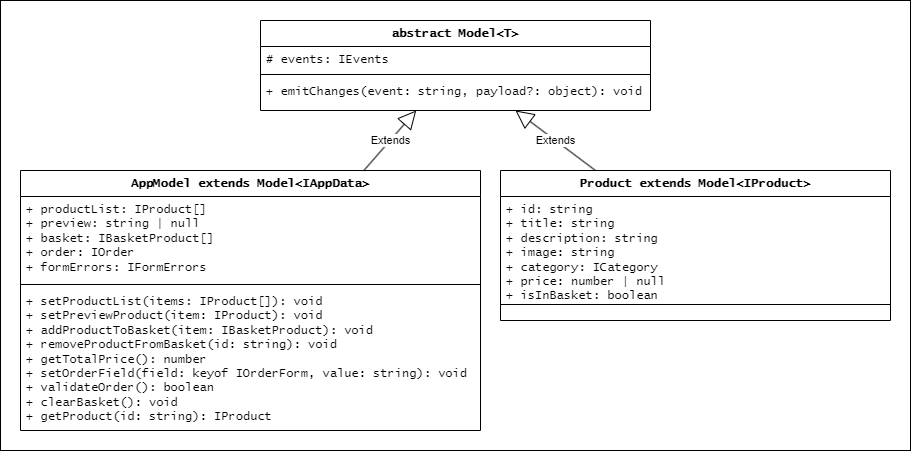
Above: documentation/Model/ModelClasses.png in anna-kobis/web-larek (draw.io), before the change. Source tidied: cells renumbered, new cells last; positions are measured from the earlier drawing's top-left corner, leaving out a move shared by most shapes. Its diagram source:
```xml
<mxGraphModel>
  <root>
    <mxCell id="0" />
    <mxCell id="1" parent="0" />
    <mxCell id="2" style="rounded=0;whiteSpace=wrap;html=1;" parent="1" vertex="1">
      <mxGeometry width="910" height="450" as="geometry" />
    </mxCell>
    <mxCell id="3" value="abstract Model&amp;lt;T&amp;gt;" style="swimlane;fontStyle=1;align=center;verticalAlign=top;horizontal=1;startSize=26;whiteSpace=wrap;html=1;fontFamily=Lucida Console;" parent="1" vertex="1">
      <mxGeometry x="260" y="20" width="390" height="90" as="geometry" />
    </mxCell>
    <mxCell id="4" value="# events: IEvents" style="text;strokeColor=none;fillColor=none;align=left;verticalAlign=top;spacingLeft=4;spacingRight=4;overflow=hidden;whiteSpace=wrap;html=1;fontFamily=Lucida Console;" parent="3" vertex="1">
      <mxGeometry y="26" width="390" height="24" as="geometry" />
    </mxCell>
    <mxCell id="5" style="line;strokeWidth=1;fillColor=none;align=left;verticalAlign=middle;spacingTop=-1;spacingLeft=3;spacingRight=3;labelPosition=right;strokeColor=inherit;fontFamily=Lucida Console;" parent="3" vertex="1">
      <mxGeometry y="50" width="390" height="8" as="geometry" />
    </mxCell>
    <mxCell id="6" value="+ emitChanges(event: string, payload?: object): void" style="text;strokeColor=none;fillColor=none;align=left;verticalAlign=top;spacingLeft=4;spacingRight=4;overflow=hidden;whiteSpace=wrap;html=1;fontFamily=Lucida Console;fontStyle=0;" parent="3" vertex="1">
      <mxGeometry y="58" width="390" height="32" as="geometry" />
    </mxCell>
    <mxCell id="7" value="Product extends Model&amp;lt;IProduct&amp;gt;" style="swimlane;fontStyle=1;align=center;verticalAlign=top;horizontal=1;startSize=26;whiteSpace=wrap;html=1;fontFamily=Lucida Console;" parent="1" vertex="1">
      <mxGeometry x="500" y="170" width="390" height="150" as="geometry" />
    </mxCell>
    <mxCell id="8" value="&lt;div&gt;+ id: string&lt;/div&gt;&lt;div&gt;&lt;span style=&quot;white-space: normal;&quot;&gt;+ title: string&lt;/span&gt;&lt;/div&gt;&lt;div&gt;&lt;span style=&quot;white-space: normal;&quot;&gt;+ description: string&lt;/span&gt;&lt;/div&gt;&lt;div&gt;&lt;span style=&quot;white-space: normal;&quot;&gt;+ image: string&lt;/span&gt;&lt;/div&gt;&lt;div&gt;&lt;span style=&quot;white-space: normal;&quot;&gt;+ category: ICategory&lt;/span&gt;&lt;/div&gt;&lt;div&gt;&lt;span style=&quot;white-space: normal;&quot;&gt;+ price: number | null&lt;/span&gt;&lt;/div&gt;&lt;div&gt;&lt;span style=&quot;white-space: normal;&quot;&gt;+ isInBasket: boolean&lt;/span&gt;&lt;/div&gt;" style="text;strokeColor=none;fillColor=none;align=left;verticalAlign=top;spacingLeft=4;spacingRight=4;overflow=hidden;whiteSpace=wrap;html=1;fontFamily=Lucida Console;" parent="7" vertex="1">
      <mxGeometry y="26" width="390" height="104" as="geometry" />
    </mxCell>
    <mxCell id="9" style="line;strokeWidth=1;fillColor=none;align=left;verticalAlign=middle;spacingTop=-1;spacingLeft=3;spacingRight=3;labelPosition=right;strokeColor=inherit;fontFamily=Lucida Console;" parent="7" vertex="1">
      <mxGeometry y="130" width="390" height="8" as="geometry" />
    </mxCell>
    <mxCell id="10" value="&amp;nbsp; &amp;nbsp;" style="text;strokeColor=none;fillColor=none;align=left;verticalAlign=top;spacingLeft=4;spacingRight=4;overflow=hidden;whiteSpace=wrap;html=1;fontFamily=Lucida Console;fontStyle=0;fontColor=#000000;" parent="7" vertex="1">
      <mxGeometry y="138" width="390" height="12" as="geometry" />
    </mxCell>
    <mxCell id="11" value="Extends" style="endArrow=block;endSize=16;endFill=0;html=1;rounded=0;" parent="1" edge="1" source="7" target="3">
      <mxGeometry relative="1" as="geometry" />
    </mxCell>
    <mxCell id="12" value="AppModel extends Model&amp;lt;IAppData&amp;gt;" style="swimlane;fontStyle=1;align=center;verticalAlign=top;horizontal=1;startSize=26;whiteSpace=wrap;html=1;fontFamily=Lucida Console;" parent="1" vertex="1">
      <mxGeometry x="20" y="170" width="460" height="260" as="geometry" />
    </mxCell>
    <mxCell id="13" value="&lt;div&gt;+ productList: IProduct[]&lt;/div&gt;&lt;div&gt;&lt;span style=&quot;white-space: normal;&quot;&gt;+ preview: string | null&lt;/span&gt;&lt;/div&gt;&lt;div&gt;&lt;span style=&quot;white-space: normal;&quot;&gt;+ basket: IBasketProduct[]&lt;/span&gt;&lt;/div&gt;&lt;div&gt;&lt;span style=&quot;white-space: normal;&quot;&gt;+ order: IOrder&lt;/span&gt;&lt;/div&gt;&lt;div&gt;&lt;span style=&quot;white-space: normal;&quot;&gt;+ formErrors: IFormErrors&lt;/span&gt;&lt;/div&gt;" style="text;strokeColor=none;fillColor=none;align=left;verticalAlign=top;spacingLeft=4;spacingRight=4;overflow=hidden;whiteSpace=wrap;html=1;fontFamily=Lucida Console;" parent="12" vertex="1">
      <mxGeometry y="26" width="460" height="84" as="geometry" />
    </mxCell>
    <mxCell id="14" style="line;strokeWidth=1;fillColor=none;align=left;verticalAlign=middle;spacingTop=-1;spacingLeft=3;spacingRight=3;labelPosition=right;strokeColor=inherit;fontFamily=Lucida Console;" parent="12" vertex="1">
      <mxGeometry y="110" width="460" height="8" as="geometry" />
    </mxCell>
    <mxCell id="15" value="&lt;div&gt;+ setProductList(items: IProduct[]): void&lt;/div&gt;&lt;div&gt;&lt;span style=&quot;white-space: normal;&quot;&gt;+ setPreviewProduct(item: IProduct): void&lt;/span&gt;&lt;/div&gt;&lt;div&gt;&lt;span style=&quot;white-space: normal;&quot;&gt;+ addProductToBasket(item: IBasketProduct): void&lt;/span&gt;&lt;/div&gt;&lt;div&gt;&lt;span style=&quot;white-space: normal;&quot;&gt;+ removeProductFromBasket(id: string): void&lt;/span&gt;&lt;/div&gt;&lt;div&gt;&lt;span style=&quot;white-space: normal;&quot;&gt;+ getTotalPrice(): number&lt;/span&gt;&lt;/div&gt;&lt;div&gt;&lt;span style=&quot;white-space: normal;&quot;&gt;+ setOrderField(field: keyof IOrderForm, value: string): void&lt;/span&gt;&lt;/div&gt;&lt;div&gt;&lt;span style=&quot;white-space: normal;&quot;&gt;+ validateOrder(): boolean&lt;/span&gt;&lt;/div&gt;&lt;div&gt;&lt;span style=&quot;white-space: normal;&quot;&gt;+ clearBasket(): void&lt;/span&gt;&lt;/div&gt;&lt;div&gt;+ getProduct(id: string): IProduct&lt;br&gt;&lt;/div&gt;" style="text;strokeColor=none;fillColor=none;align=left;verticalAlign=top;spacingLeft=4;spacingRight=4;overflow=hidden;whiteSpace=wrap;html=1;fontFamily=Lucida Console;fontStyle=0;fontColor=#000000;" parent="12" vertex="1">
      <mxGeometry y="118" width="460" height="142" as="geometry" />
    </mxCell>
    <mxCell id="16" value="Extends" style="endArrow=block;endSize=16;endFill=0;html=1;rounded=0;" parent="1" edge="1" source="12" target="3">
      <mxGeometry relative="1" as="geometry" />
    </mxCell>
  </root>
</mxGraphModel>
```
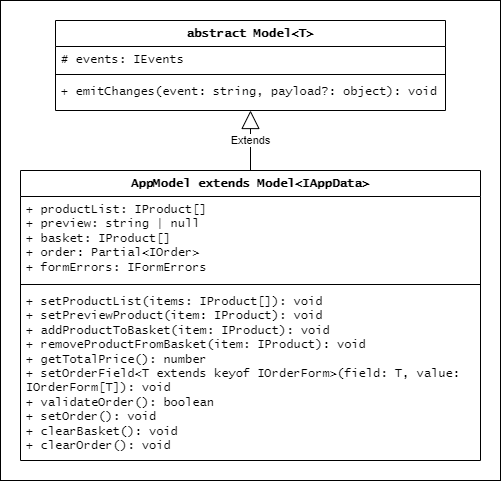
The same file after the commit.

The edit, as a diff of the source:
```diff
@@ -3,10 +3,10 @@
     <mxCell id="0" />
     <mxCell id="1" parent="0" />
     <mxCell id="2" style="rounded=0;whiteSpace=wrap;html=1;" parent="1" vertex="1">
-      <mxGeometry width="910" height="450" as="geometry" />
+      <mxGeometry width="500" height="480" as="geometry" />
     </mxCell>
     <mxCell id="3" value="abstract Model&amp;lt;T&amp;gt;" style="swimlane;fontStyle=1;align=center;verticalAlign=top;horizontal=1;startSize=26;whiteSpace=wrap;html=1;fontFamily=Lucida Console;" parent="1" vertex="1">
-      <mxGeometry x="260" y="20" width="390" height="90" as="geometry" />
+      <mxGeometry x="55" y="20" width="390" height="90" as="geometry" />
     </mxCell>
     <mxCell id="4" value="# events: IEvents" style="text;strokeColor=none;fillColor=none;align=left;verticalAlign=top;spacingLeft=4;spacingRight=4;overflow=hidden;whiteSpace=wrap;html=1;fontFamily=Lucida Console;" parent="3" vertex="1">
       <mxGeometry y="26" width="390" height="24" as="geometry" />
@@ -17,32 +17,17 @@
     <mxCell id="6" value="+ emitChanges(event: string, payload?: object): void" style="text;strokeColor=none;fillColor=none;align=left;verticalAlign=top;spacingLeft=4;spacingRight=4;overflow=hidden;whiteSpace=wrap;html=1;fontFamily=Lucida Console;fontStyle=0;" parent="3" vertex="1">
       <mxGeometry y="58" width="390" height="32" as="geometry" />
     </mxCell>
-    <mxCell id="7" value="Product extends Model&amp;lt;IProduct&amp;gt;" style="swimlane;fontStyle=1;align=center;verticalAlign=top;horizontal=1;startSize=26;whiteSpace=wrap;html=1;fontFamily=Lucida Console;" parent="1" vertex="1">
-      <mxGeometry x="500" y="170" width="390" height="150" as="geometry" />
-    </mxCell>
-    <mxCell id="8" value="&lt;div&gt;+ id: string&lt;/div&gt;&lt;div&gt;&lt;span style=&quot;white-space: normal;&quot;&gt;+ title: string&lt;/span&gt;&lt;/div&gt;&lt;div&gt;&lt;span style=&quot;white-space: normal;&quot;&gt;+ description: string&lt;/span&gt;&lt;/div&gt;&lt;div&gt;&lt;span style=&quot;white-space: normal;&quot;&gt;+ image: string&lt;/span&gt;&lt;/div&gt;&lt;div&gt;&lt;span style=&quot;white-space: normal;&quot;&gt;+ category: ICategory&lt;/span&gt;&lt;/div&gt;&lt;div&gt;&lt;span style=&quot;white-space: normal;&quot;&gt;+ price: number | null&lt;/span&gt;&lt;/div&gt;&lt;div&gt;&lt;span style=&quot;white-space: normal;&quot;&gt;+ isInBasket: boolean&lt;/span&gt;&lt;/div&gt;" style="text;strokeColor=none;fillColor=none;align=left;verticalAlign=top;spacingLeft=4;spacingRight=4;overflow=hidden;whiteSpace=wrap;html=1;fontFamily=Lucida Console;" parent="7" vertex="1">
-      <mxGeometry y="26" width="390" height="104" as="geometry" />
-    </mxCell>
-    <mxCell id="9" style="line;strokeWidth=1;fillColor=none;align=left;verticalAlign=middle;spacingTop=-1;spacingLeft=3;spacingRight=3;labelPosition=right;strokeColor=inherit;fontFamily=Lucida Console;" parent="7" vertex="1">
-      <mxGeometry y="130" width="390" height="8" as="geometry" />
-    </mxCell>
-    <mxCell id="10" value="&amp;nbsp; &amp;nbsp;" style="text;strokeColor=none;fillColor=none;align=left;verticalAlign=top;spacingLeft=4;spacingRight=4;overflow=hidden;whiteSpace=wrap;html=1;fontFamily=Lucida Console;fontStyle=0;fontColor=#000000;" parent="7" vertex="1">
-      <mxGeometry y="138" width="390" height="12" as="geometry" />
-    </mxCell>
-    <mxCell id="11" value="Extends" style="endArrow=block;endSize=16;endFill=0;html=1;rounded=0;" parent="1" edge="1" source="7" target="3">
-      <mxGeometry relative="1" as="geometry" />
-    </mxCell>
     <mxCell id="12" value="AppModel extends Model&amp;lt;IAppData&amp;gt;" style="swimlane;fontStyle=1;align=center;verticalAlign=top;horizontal=1;startSize=26;whiteSpace=wrap;html=1;fontFamily=Lucida Console;" parent="1" vertex="1">
-      <mxGeometry x="20" y="170" width="460" height="260" as="geometry" />
+      <mxGeometry x="20" y="170" width="460" height="290" as="geometry" />
     </mxCell>
-    <mxCell id="13" value="&lt;div&gt;+ productList: IProduct[]&lt;/div&gt;&lt;div&gt;&lt;span style=&quot;white-space: normal;&quot;&gt;+ preview: string | null&lt;/span&gt;&lt;/div&gt;&lt;div&gt;&lt;span style=&quot;white-space: normal;&quot;&gt;+ basket: IBasketProduct[]&lt;/span&gt;&lt;/div&gt;&lt;div&gt;&lt;span style=&quot;white-space: normal;&quot;&gt;+ order: IOrder&lt;/span&gt;&lt;/div&gt;&lt;div&gt;&lt;span style=&quot;white-space: normal;&quot;&gt;+ formErrors: IFormErrors&lt;/span&gt;&lt;/div&gt;" style="text;strokeColor=none;fillColor=none;align=left;verticalAlign=top;spacingLeft=4;spacingRight=4;overflow=hidden;whiteSpace=wrap;html=1;fontFamily=Lucida Console;" parent="12" vertex="1">
+    <mxCell id="13" value="&lt;div&gt;+ productList: IProduct[]&lt;/div&gt;&lt;div&gt;&lt;span style=&quot;white-space: normal;&quot;&gt;+ preview: string | null&lt;/span&gt;&lt;/div&gt;&lt;div&gt;&lt;span style=&quot;white-space: normal;&quot;&gt;+ basket: IProduct[]&lt;/span&gt;&lt;/div&gt;&lt;div&gt;&lt;span style=&quot;white-space: normal;&quot;&gt;+ order:&amp;nbsp;&lt;/span&gt;&lt;span style=&quot;background-color: initial;&quot;&gt;Partial&amp;lt;IOrder&amp;gt;&lt;/span&gt;&lt;/div&gt;&lt;div&gt;&lt;span style=&quot;white-space: normal;&quot;&gt;+ formErrors: IFormErrors&lt;/span&gt;&lt;/div&gt;" style="text;strokeColor=none;fillColor=none;align=left;verticalAlign=top;spacingLeft=4;spacingRight=4;overflow=hidden;whiteSpace=wrap;html=1;fontFamily=Lucida Console;" parent="12" vertex="1">
       <mxGeometry y="26" width="460" height="84" as="geometry" />
     </mxCell>
     <mxCell id="14" style="line;strokeWidth=1;fillColor=none;align=left;verticalAlign=middle;spacingTop=-1;spacingLeft=3;spacingRight=3;labelPosition=right;strokeColor=inherit;fontFamily=Lucida Console;" parent="12" vertex="1">
       <mxGeometry y="110" width="460" height="8" as="geometry" />
     </mxCell>
-    <mxCell id="15" value="&lt;div&gt;+ setProductList(items: IProduct[]): void&lt;/div&gt;&lt;div&gt;&lt;span style=&quot;white-space: normal;&quot;&gt;+ setPreviewProduct(item: IProduct): void&lt;/span&gt;&lt;/div&gt;&lt;div&gt;&lt;span style=&quot;white-space: normal;&quot;&gt;+ addProductToBasket(item: IBasketProduct): void&lt;/span&gt;&lt;/div&gt;&lt;div&gt;&lt;span style=&quot;white-space: normal;&quot;&gt;+ removeProductFromBasket(id: string): void&lt;/span&gt;&lt;/div&gt;&lt;div&gt;&lt;span style=&quot;white-space: normal;&quot;&gt;+ getTotalPrice(): number&lt;/span&gt;&lt;/div&gt;&lt;div&gt;&lt;span style=&quot;white-space: normal;&quot;&gt;+ setOrderField(field: keyof IOrderForm, value: string): void&lt;/span&gt;&lt;/div&gt;&lt;div&gt;&lt;span style=&quot;white-space: normal;&quot;&gt;+ validateOrder(): boolean&lt;/span&gt;&lt;/div&gt;&lt;div&gt;&lt;span style=&quot;white-space: normal;&quot;&gt;+ clearBasket(): void&lt;/span&gt;&lt;/div&gt;&lt;div&gt;+ getProduct(id: string): IProduct&lt;br&gt;&lt;/div&gt;" style="text;strokeColor=none;fillColor=none;align=left;verticalAlign=top;spacingLeft=4;spacingRight=4;overflow=hidden;whiteSpace=wrap;html=1;fontFamily=Lucida Console;fontStyle=0;fontColor=#000000;" parent="12" vertex="1">
-      <mxGeometry y="118" width="460" height="142" as="geometry" />
+    <mxCell id="15" value="&lt;div&gt;+ setProductList(items: IProduct[]): void&lt;/div&gt;&lt;div&gt;&lt;span style=&quot;white-space: normal;&quot;&gt;+ setPreviewProduct(item: IProduct): void&lt;/span&gt;&lt;/div&gt;&lt;div&gt;&lt;span style=&quot;white-space: normal;&quot;&gt;+ addProductToBasket(item: IProduct): void&lt;/span&gt;&lt;/div&gt;&lt;div&gt;&lt;span style=&quot;white-space: normal;&quot;&gt;+ removeProductFromBasket(&lt;/span&gt;item: IProduct&lt;span style=&quot;white-space: normal;&quot;&gt;): void&lt;/span&gt;&lt;/div&gt;&lt;div&gt;&lt;span style=&quot;white-space: normal;&quot;&gt;+ getTotalPrice(): number&lt;/span&gt;&lt;/div&gt;&lt;div&gt;&lt;span style=&quot;white-space: normal;&quot;&gt;+&amp;nbsp;&lt;/span&gt;&lt;span style=&quot;background-color: initial;&quot;&gt;setOrderField&amp;lt;T extends keyof IOrderForm&amp;gt;(field: T, value: IOrderForm[T]): void&lt;/span&gt;&lt;/div&gt;&lt;div&gt;&lt;span style=&quot;white-space: normal;&quot;&gt;+ validateOrder(): boolean&lt;/span&gt;&lt;/div&gt;&lt;div&gt;&lt;span style=&quot;white-space: normal;&quot;&gt;+&amp;nbsp;&lt;/span&gt;&lt;span style=&quot;background-color: initial;&quot;&gt;setOrder(): void&lt;/span&gt;&lt;/div&gt;&lt;div&gt;&lt;span style=&quot;white-space: normal;&quot;&gt;+ clearBasket(): void&lt;/span&gt;&lt;/div&gt;&lt;div&gt;+ clearOrder(): void&lt;br&gt;&lt;/div&gt;" style="text;strokeColor=none;fillColor=none;align=left;verticalAlign=top;spacingLeft=4;spacingRight=4;overflow=hidden;whiteSpace=wrap;html=1;fontFamily=Lucida Console;fontStyle=0;fontColor=#000000;" parent="12" vertex="1">
+      <mxGeometry y="118" width="460" height="172" as="geometry" />
     </mxCell>
     <mxCell id="16" value="Extends" style="endArrow=block;endSize=16;endFill=0;html=1;rounded=0;" parent="1" edge="1" source="12" target="3">
       <mxGeometry relative="1" as="geometry" />
```
